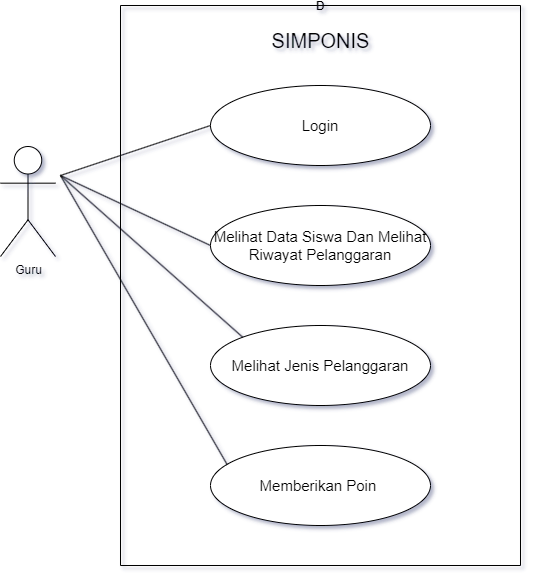
This is use-case-simponis.png from sastafelishaa/sinponis, a draw.io export, as it was before one commit. Source tidied: cells renumbered, new cells last; positions are measured from the earlier drawing's top-left corner, leaving out a move shared by most shapes. The source it was exported from:
```xml
<mxGraphModel>
  <root>
    <mxCell id="0" />
    <mxCell id="1" parent="0" />
    <mxCell id="2" value="D" style="swimlane;startSize=0;" parent="1" vertex="1">
      <mxGeometry x="120" width="400" height="560" as="geometry" />
    </mxCell>
    <mxCell id="3" value="SIMPONIS" style="text;html=1;align=center;verticalAlign=middle;strokeColor=none;fillColor=none;fontSize=20;" parent="2" vertex="1">
      <mxGeometry x="140" y="15" width="120" height="40" as="geometry" />
    </mxCell>
    <mxCell id="4" value="&lt;font style=&quot;font-size: 15px;&quot;&gt;Login&lt;/font&gt;" style="ellipse;whiteSpace=wrap;html=1;" parent="2" vertex="1">
      <mxGeometry x="90" y="80" width="220" height="80" as="geometry" />
    </mxCell>
    <mxCell id="5" value="&lt;span style=&quot;font-size: 15px;&quot;&gt;Melihat Data Siswa Dan Melihat Riwayat Pelanggaran&lt;/span&gt;" style="ellipse;whiteSpace=wrap;html=1;" parent="2" vertex="1">
      <mxGeometry x="90" y="200" width="220" height="80" as="geometry" />
    </mxCell>
    <mxCell id="6" value="&lt;span style=&quot;font-size: 15px;&quot;&gt;Melihat Jenis Pelanggaran&lt;/span&gt;" style="ellipse;whiteSpace=wrap;html=1;" parent="2" vertex="1">
      <mxGeometry x="90" y="320" width="220" height="80" as="geometry" />
    </mxCell>
    <mxCell id="7" value="&lt;span style=&quot;font-size: 15px;&quot;&gt;Memberikan Poin&amp;nbsp;&lt;/span&gt;" style="ellipse;whiteSpace=wrap;html=1;" parent="2" vertex="1">
      <mxGeometry x="90" y="440" width="220" height="80" as="geometry" />
    </mxCell>
    <mxCell id="8" style="endArrow=none;html=1;rounded=0;entryX=0.076;entryY=0.24;entryDx=0;entryDy=0;entryPerimeter=0;" parent="2" edge="1" target="7">
      <mxGeometry relative="1" as="geometry">
        <mxPoint x="-60" y="170" as="sourcePoint" />
      </mxGeometry>
    </mxCell>
    <mxCell id="9" value="Guru" style="shape=umlActor;verticalLabelPosition=bottom;verticalAlign=top;html=1;" parent="1" vertex="1">
      <mxGeometry y="141" width="55" height="110" as="geometry" />
    </mxCell>
    <mxCell id="10" style="endArrow=none;html=1;rounded=0;entryX=0;entryY=0.5;entryDx=0;entryDy=0;" parent="1" edge="1" target="4">
      <mxGeometry relative="1" as="geometry">
        <mxPoint x="60" y="170" as="sourcePoint" />
      </mxGeometry>
    </mxCell>
    <mxCell id="11" style="endArrow=none;html=1;rounded=0;entryX=0;entryY=0.5;entryDx=0;entryDy=0;" parent="1" edge="1" target="5">
      <mxGeometry relative="1" as="geometry">
        <mxPoint x="60" y="170" as="sourcePoint" />
      </mxGeometry>
    </mxCell>
    <mxCell id="12" style="endArrow=none;html=1;rounded=0;entryX=0;entryY=0;entryDx=0;entryDy=0;" parent="1" edge="1" target="6">
      <mxGeometry relative="1" as="geometry">
        <mxPoint x="60" y="170" as="sourcePoint" />
      </mxGeometry>
    </mxCell>
  </root>
</mxGraphModel>
```
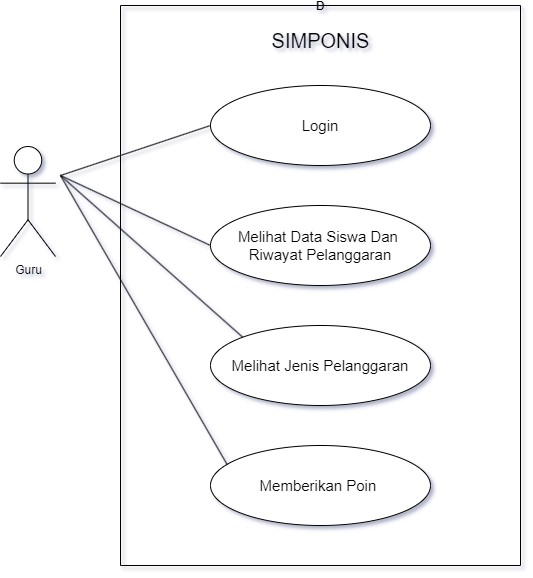
Above is the later version.

What changed in the source:
```diff
@@ -11,7 +11,7 @@
     <mxCell id="4" value="&lt;font style=&quot;font-size: 15px;&quot;&gt;Login&lt;/font&gt;" style="ellipse;whiteSpace=wrap;html=1;" parent="2" vertex="1">
       <mxGeometry x="90" y="80" width="220" height="80" as="geometry" />
     </mxCell>
-    <mxCell id="5" value="&lt;span style=&quot;font-size: 15px;&quot;&gt;Melihat Data Siswa Dan Melihat Riwayat Pelanggaran&lt;/span&gt;" style="ellipse;whiteSpace=wrap;html=1;" parent="2" vertex="1">
+    <mxCell id="5" value="&lt;span style=&quot;font-size: 15px;&quot;&gt;Melihat Data Siswa Dan&amp;nbsp; Riwayat Pelanggaran&lt;/span&gt;" style="ellipse;whiteSpace=wrap;html=1;" parent="2" vertex="1">
       <mxGeometry x="90" y="200" width="220" height="80" as="geometry" />
     </mxCell>
     <mxCell id="6" value="&lt;span style=&quot;font-size: 15px;&quot;&gt;Melihat Jenis Pelanggaran&lt;/span&gt;" style="ellipse;whiteSpace=wrap;html=1;" parent="2" vertex="1">
```
